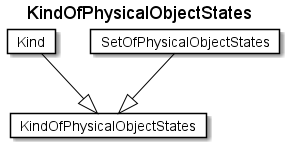
The PlantUML diagram fragments/diagrams/KindOfPhysicalObjectStates.png in rtigran/rdf2adoc, before a commit. Its diagram source:
```plantuml
@startuml
Title KindOfPhysicalObjectStates

Card KindOfPhysicalObjectStates #fff [
KindOfPhysicalObjectStates
]
Card Kind #fff [
Kind
]
Kind --|> KindOfPhysicalObjectStates  #000
Card SetOfPhysicalObjectStates #fff [
SetOfPhysicalObjectStates
]
SetOfPhysicalObjectStates --|> KindOfPhysicalObjectStates  #000
@enduml
```
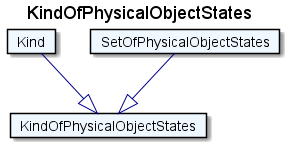
Above is the later version.

Diff of the diagram source:
```diff
@@ -1,15 +1,15 @@
 @startuml
 Title KindOfPhysicalObjectStates
 
-Card KindOfPhysicalObjectStates #fff [
+Card KindOfPhysicalObjectStates #F0F8FF [
 KindOfPhysicalObjectStates
 ]
-Card Kind #fff [
+Card Kind #F0F8FF [
 Kind
 ]
-Kind --|> KindOfPhysicalObjectStates  #000
-Card SetOfPhysicalObjectStates #fff [
+Kind --|> KindOfPhysicalObjectStates  #00008B
+Card SetOfPhysicalObjectStates #F0F8FF [
 SetOfPhysicalObjectStates
 ]
-SetOfPhysicalObjectStates --|> KindOfPhysicalObjectStates  #000
+SetOfPhysicalObjectStates --|> KindOfPhysicalObjectStates  #00008B
 @enduml
```
